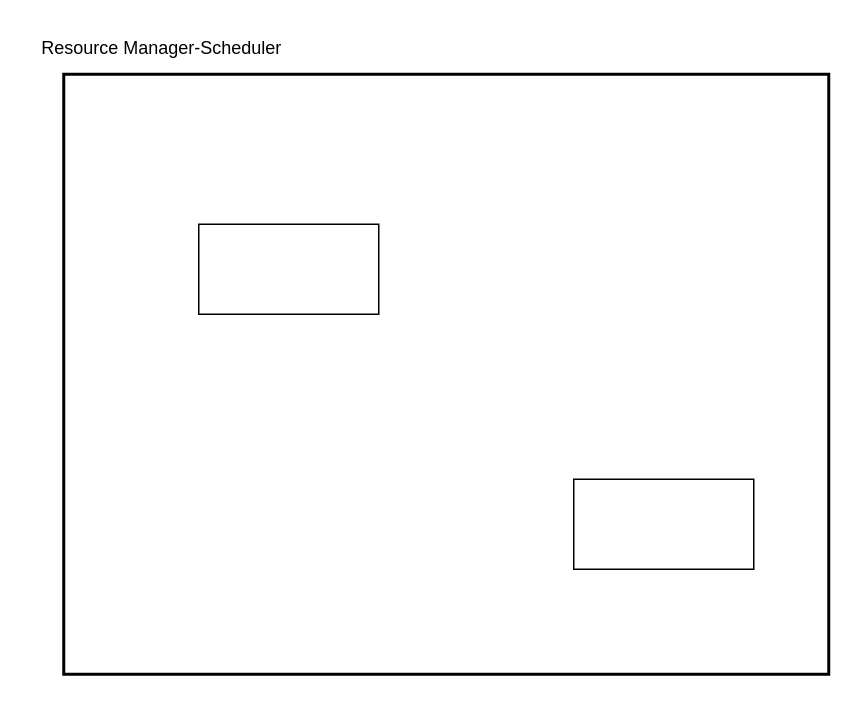
The draw.io diagram YARN-ResourceManager-Scheduler Conceptual Architecture.drawio in Amir-kar/EECS4314-GroupD, before the edit. Source tidied: cells renumbered, new cells numbered last; positions are measured from the earlier drawing's top-left corner, leaving out a move shared by most shapes. Both pictures are drawn from the tidied source at 150%, with x=0, y=0 at pixel (26, 26).
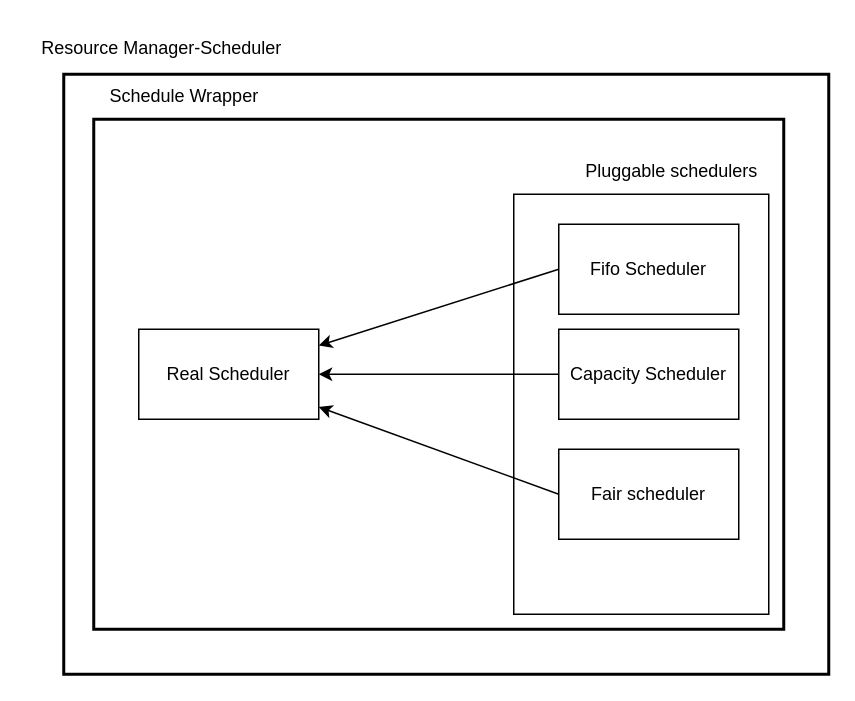
Above is the later version.

Change to the diagram source:
```diff
@@
 <mxGraphModel>
   <root>
     <mxCell id="0" />
     <mxCell id="1" parent="0" />
     <mxCell id="2" style="rounded=0;whiteSpace=wrap;html=1;fillColor=none;strokeWidth=2;" parent="1" vertex="1">
       <mxGeometry x="25" y="32" width="510" height="400" as="geometry" />
     </mxCell>
-    <mxCell id="3" style="rounded=0;whiteSpace=wrap;html=1;" parent="1" vertex="1">
-      <mxGeometry x="115" y="132" width="120" height="60" as="geometry" />
+    <mxCell id="3" style="rounded=0;whiteSpace=wrap;html=1;fillColor=none;strokeWidth=2;" parent="1" vertex="1">
+      <mxGeometry x="45" y="62" width="460" height="340" as="geometry" />
     </mxCell>
+    <mxCell id="6" style="rounded=0;whiteSpace=wrap;html=1;" parent="1" vertex="1">
+      <mxGeometry x="325" y="112" width="170" height="280" as="geometry" />
+    </mxCell>
+    <mxCell id="7" style="rounded=0;jettySize=auto;html=1;entryX=0;entryY=0.5;entryDx=0;entryDy=0;endArrow=none;endFill=0;startArrow=classic;startFill=1;" parent="1" edge="1" source="4" target="11">
+      <mxGeometry relative="1" as="geometry" />
+    </mxCell>
+    <mxCell id="8" style="rounded=0;jettySize=auto;html=1;entryX=0;entryY=0.5;entryDx=0;entryDy=0;startArrow=classic;startFill=1;endArrow=none;endFill=0;" parent="1" edge="1" source="4" target="12">
+      <mxGeometry relative="1" as="geometry" />
+    </mxCell>
+    <mxCell id="9" style="rounded=0;jettySize=auto;html=1;entryX=0;entryY=0.5;entryDx=0;entryDy=0;startArrow=classic;startFill=1;endArrow=none;endFill=0;" parent="1" edge="1" source="4" target="13">
+      <mxGeometry relative="1" as="geometry" />
+    </mxCell>
-    <mxCell id="4" style="rounded=0;whiteSpace=wrap;html=1;" parent="1" vertex="1">
-      <mxGeometry x="365" y="302" width="120" height="60" as="geometry" />
+    <mxCell id="4" value="Real Scheduler" style="rounded=0;whiteSpace=wrap;html=1;" parent="1" vertex="1">
+      <mxGeometry x="75" y="202" width="120" height="60" as="geometry" />
     </mxCell>
     <mxCell id="5" value="Resource Manager-Scheduler" style="text;html=1;align=center;verticalAlign=middle;strokeColor=none;fillColor=none;" parent="1" vertex="1">
       <mxGeometry width="180" height="30" as="geometry" />
     </mxCell>
+    <mxCell id="10" value="Schedule Wrapper" style="text;html=1;align=center;verticalAlign=middle;strokeColor=none;fillColor=none;" parent="1" vertex="1">
+      <mxGeometry x="45" y="32" width="120" height="30" as="geometry" />
+    </mxCell>
+    <mxCell id="11" value="Fifo Scheduler" style="rounded=0;whiteSpace=wrap;html=1;" parent="1" vertex="1">
+      <mxGeometry x="355" y="132" width="120" height="60" as="geometry" />
+    </mxCell>
+    <mxCell id="12" value="&lt;div&gt;Capacity Scheduler&lt;/div&gt;" style="rounded=0;whiteSpace=wrap;html=1;" parent="1" vertex="1">
+      <mxGeometry x="355" y="202" width="120" height="60" as="geometry" />
+    </mxCell>
+    <mxCell id="13" value="Fair scheduler" style="rounded=0;whiteSpace=wrap;html=1;" parent="1" vertex="1">
+      <mxGeometry x="355" y="282" width="120" height="60" as="geometry" />
+    </mxCell>
+    <mxCell id="14" value="&lt;div&gt;Pluggable schedulers&lt;/div&gt;" style="text;html=1;align=center;verticalAlign=middle;strokeColor=none;fillColor=none;" parent="1" vertex="1">
+      <mxGeometry x="360" y="82" width="140" height="30" as="geometry" />
+    </mxCell>
   </root>
 </mxGraphModel>
```
